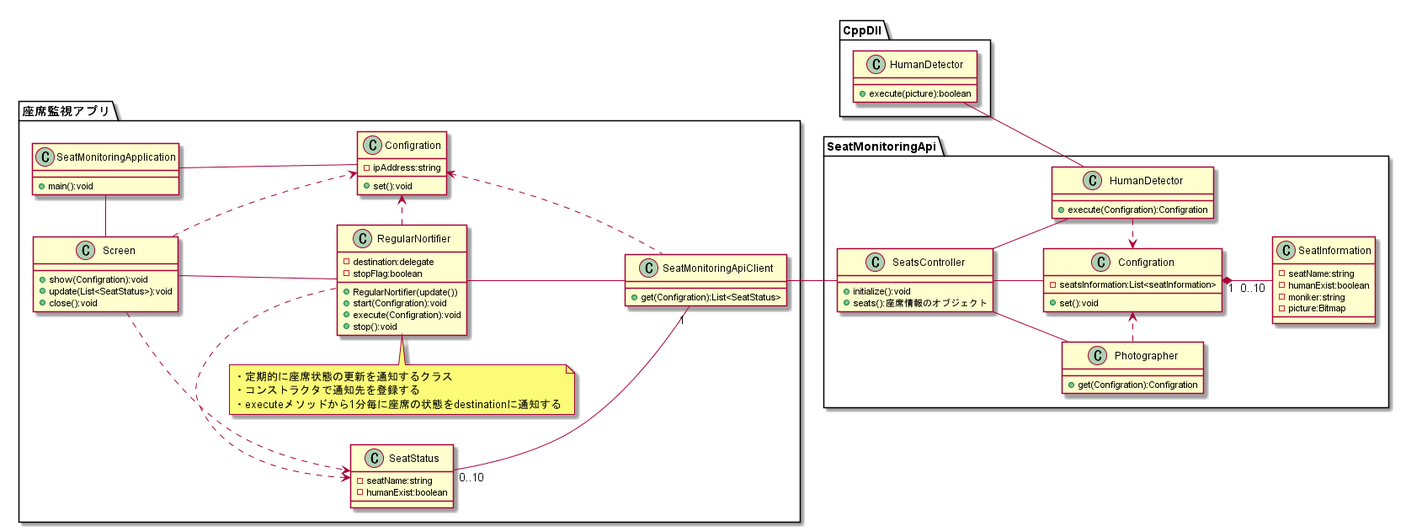
Earlier version of the PlantUML export doc/詳細設計/詳細設計書/構成図/クラス図.png (KeisukeSugita/Seat-monitoring-system).
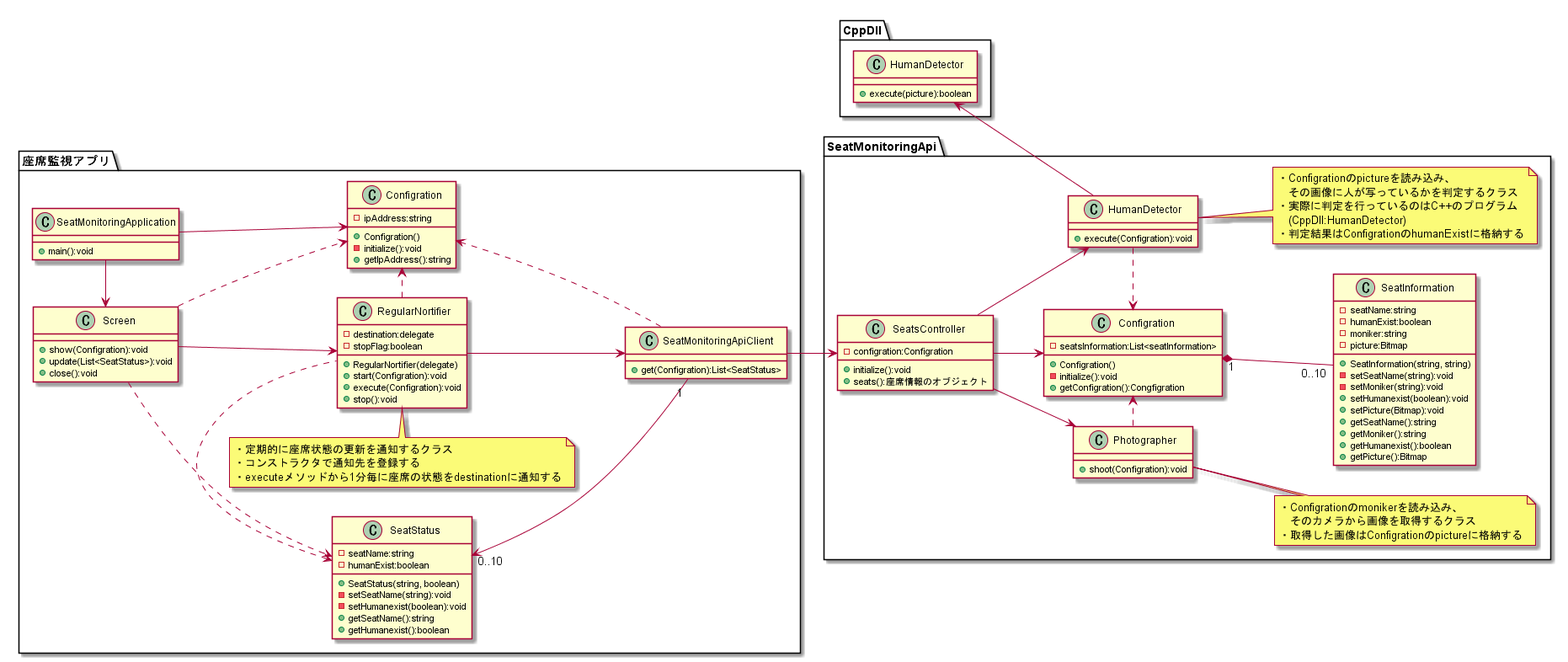
After the commit.

The edit, as a diff of the source:
```diff
@@ -8,7 +8,9 @@
 
     class "Configration" as ClientConfigration {
 		- ipAddress:string
-        + set():void
+        + Configration()
+        - initialize():void
+        + getIpAddress():string
     }
 
 	class "Screen" as Screen {
@@ -24,7 +26,7 @@
     class "RegularNortifier" as RegularNortifier {
         - destination:delegate
         - stopFlag:boolean
-        + RegularNortifier(update())
+        + RegularNortifier(delegate)
         + start(Configration):void
         + execute(Configration):void
         + stop():void
@@ -38,34 +40,63 @@
     class "SeatStatus" as SeatStatus {
         - seatName:string
         - humanExist:boolean
-    }
+        + SeatStatus(string, boolean)
+        - setSeatName(string):void
+        - setHumanexist(boolean):void
+        + getSeatName():string
+        + getHumanexist():boolean
+            }
 }
 
 package SeatMonitoringApi {
     class "SeatsController" as SeatsController {
+        - configration:Configration
         + initialize():void
         + seats():座席情報のオブジェクト
     }
 
     class "Configration" as ServerConfigration {
         - seatsInformation:List<seatInformation>
-        + set():void
+        + Configration()
+        - initialize():void
+        + getConfigration():Congfigration
     }
 
     class "Photographer" as Photographer {
-        + get(Configration):Configration
+        + shoot(Configration):void
     }
+        note right of Photographer
+            ・Configrationのmonikerを読み込み、
+            　そのカメラから画像を取得するクラス
+            ・取得した画像はConfigrationのpictureに格納する
+        end note
 
     class "SeatInformation" as SeatInformation {
         - seatName:string
         - humanExist:boolean
         - moniker:string
         - picture:Bitmap
+        + SeatInformation(string, string)
+        - setSeatName(string):void
+        - setMoniker(string):void
+        + setHumanexist(boolean):void
+        + setPicture(Bitmap):void
+        + getSeatName():string
+        + getMoniker():string
+        + getHumanexist():boolean
+        + getPicture():Bitmap
     }
 
     class "HumanDetector" as CsHumanDetector {
-        + execute(Configration):Configration
+        + execute(Configration):void
     }
+        note right of CsHumanDetector
+            ・Configrationのpictureを読み込み、
+            　その画像に人が写っているかを判定するクラス
+            ・実際に判定を行っているのはC++のプログラム
+            　(CppDll:HumanDetector)
+            ・判定結果はConfigrationのhumanExistに格納する
+        end note
 }
 
 package CppDll {
@@ -74,22 +105,22 @@
     }
 }
 
-SeatMonitoringApplication -- ClientConfigration
-SeatMonitoringApplication -left- Screen
-Screen -down- RegularNortifier
-RegularNortifier -down- SeatMonitoringApiClient
+SeatMonitoringApplication -> ClientConfigration
+SeatMonitoringApplication -left-> Screen
+Screen -down-> RegularNortifier
+RegularNortifier -down-> SeatMonitoringApiClient
 RegularNortifier .> ClientConfigration
 RegularNortifier .left.> SeatStatus
 Screen .> SeatStatus
 Screen .> ClientConfigration
 SeatMonitoringApiClient .left.> ClientConfigration
-SeatMonitoringApiClient "1"-left-"0..10" SeatStatus
-SeatMonitoringApiClient -- SeatsController
+SeatMonitoringApiClient "1"-left->"0..10" SeatStatus
+SeatMonitoringApiClient -down-> SeatsController
 ServerConfigration "1"*-down-"0..10" SeatInformation
-SeatsController -- ServerConfigration
-SeatsController -- Photographer
-SeatsController -- CsHumanDetector
-CppHumanDetector -- CsHumanDetector
+SeatsController -> ServerConfigration
+SeatsController --> Photographer
+SeatsController --> CsHumanDetector
+CppHumanDetector <-- CsHumanDetector
 Photographer .> ServerConfigration
 CsHumanDetector .> ServerConfigration
 
```
